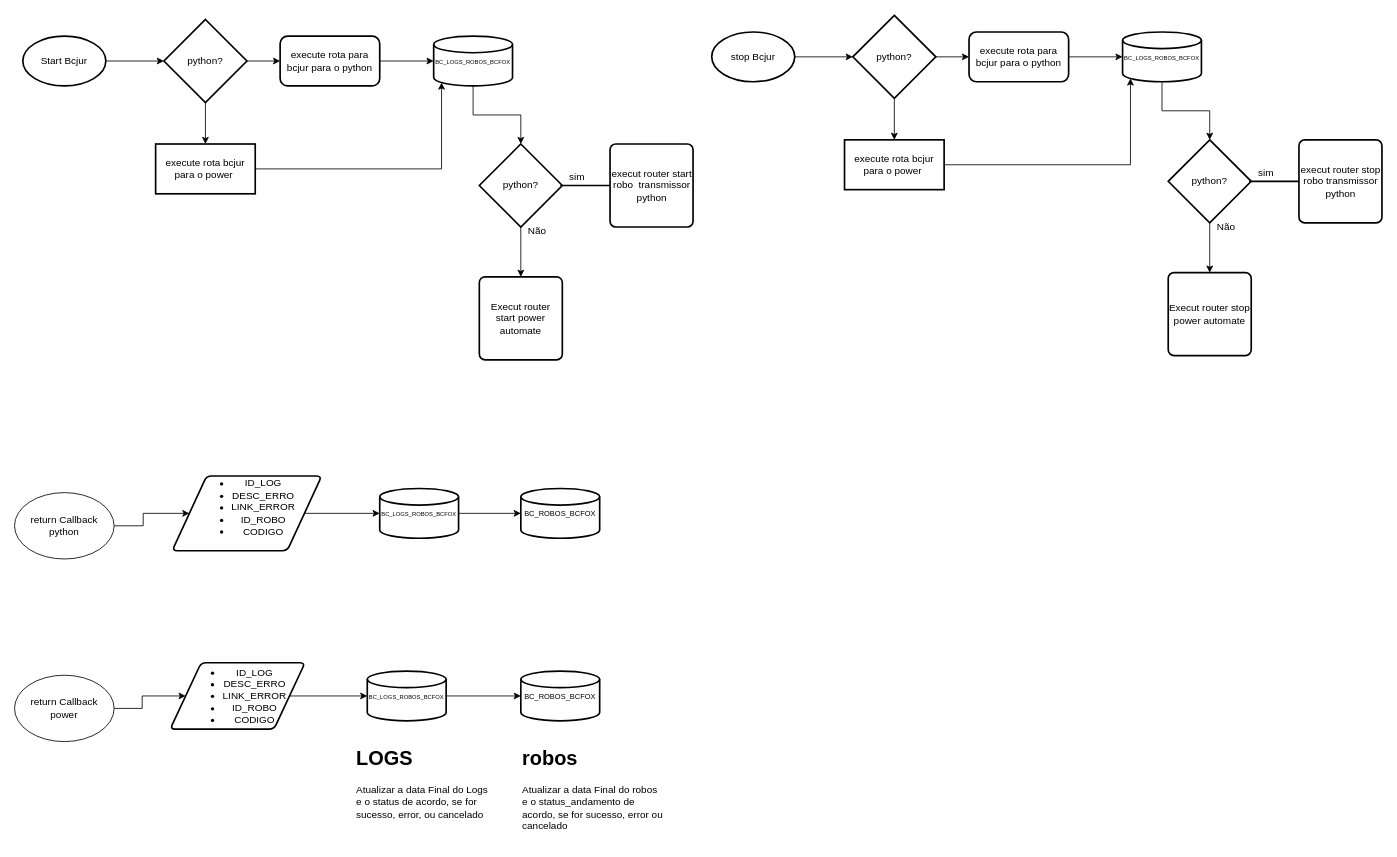
Above: Diagrama sem nome.drawio in devdouglasBcfox/template-python (draw.io), before the change. Source tidied: cells renumbered, new cells numbered last; positions are measured from the earlier drawing's top-left corner, leaving out a move shared by most shapes. Both pictures are drawn from the tidied source at 83%, with x=0, y=0 at pixel (14, 15).
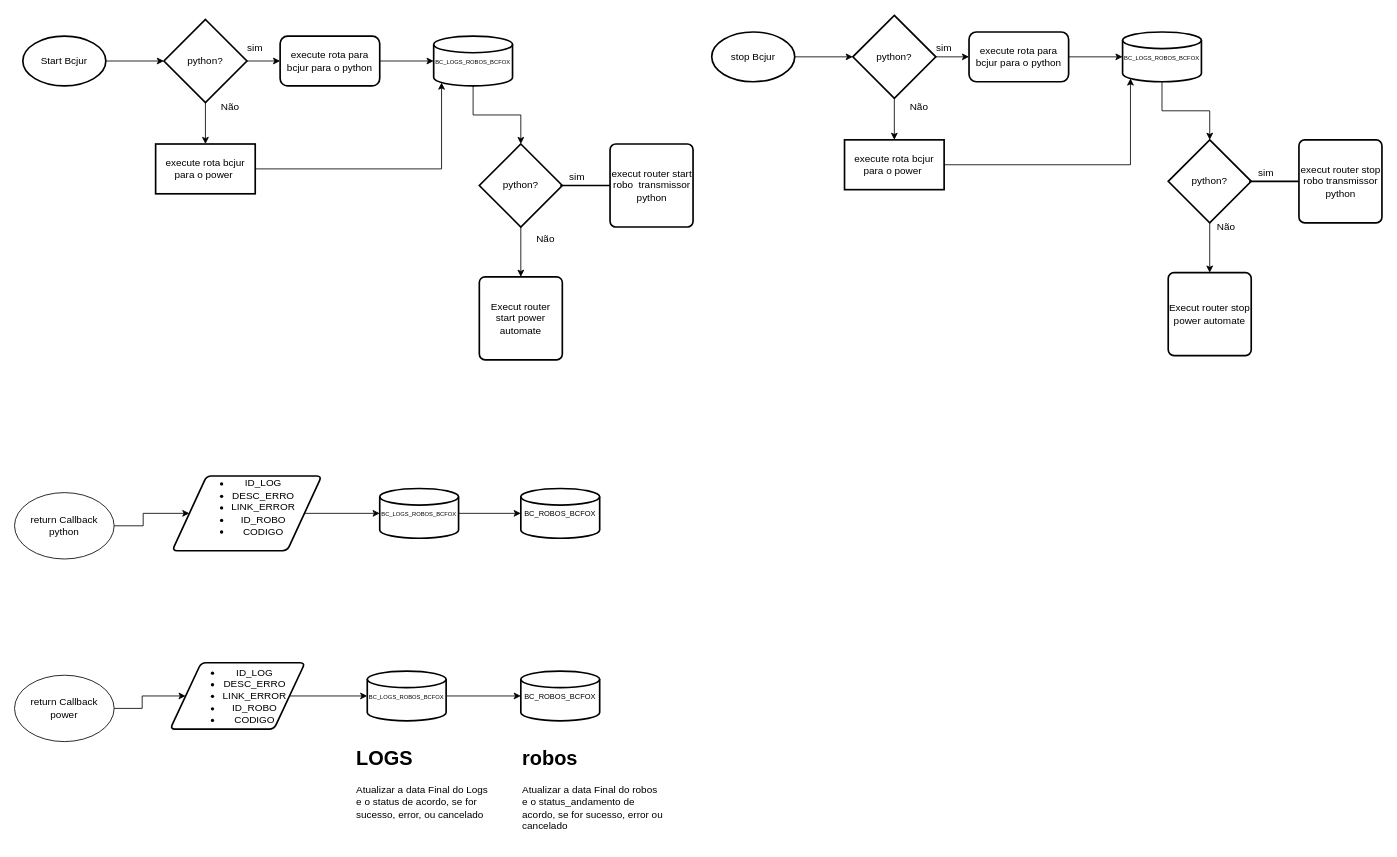
Above is the later version.

Commit message:
diagrama de atividade bcjur

Change to the diagram source:
```diff
@@
     <mxCell id="7" value="Não" style="text;html=1;align=center;verticalAlign=middle;whiteSpace=wrap;rounded=0;" parent="1" vertex="1">
-      <mxGeometry x="600" y="245" width="60" height="30" as="geometry" />
+      <mxGeometry x="230" y="95" width="60" height="30" as="geometry" />
     </mxCell>
@@
+    <mxCell id="54" value="sim" style="text;html=1;align=center;verticalAlign=middle;whiteSpace=wrap;rounded=0;" parent="1" vertex="1">
+      <mxGeometry x="260" y="25" width="60" height="30" as="geometry" />
+    </mxCell>
+    <mxCell id="55" value="Não" style="text;html=1;align=center;verticalAlign=middle;whiteSpace=wrap;rounded=0;" parent="1" vertex="1">
+      <mxGeometry x="610" y="255" width="60" height="30" as="geometry" />
+    </mxCell>
+    <mxCell id="56" value="Não" style="text;html=1;align=center;verticalAlign=middle;whiteSpace=wrap;rounded=0;" parent="1" vertex="1">
+      <mxGeometry x="1060" y="95" width="60" height="30" as="geometry" />
+    </mxCell>
+    <mxCell id="57" value="sim" style="text;html=1;align=center;verticalAlign=middle;whiteSpace=wrap;rounded=0;" parent="1" vertex="1">
+      <mxGeometry x="1090" y="25" width="60" height="30" as="geometry" />
+    </mxCell>
```
